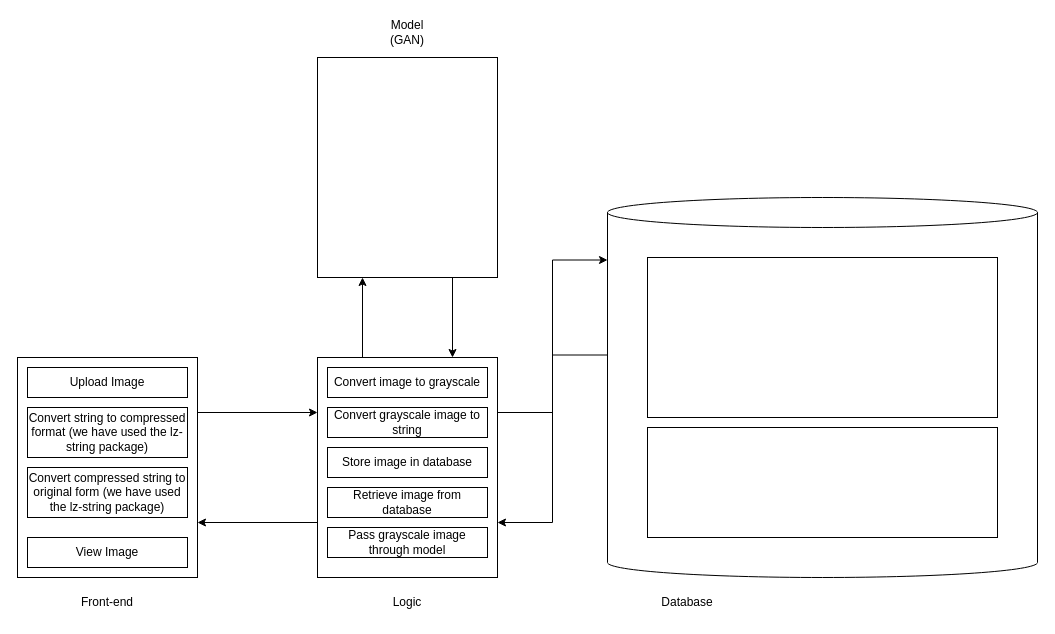
Earlier version of the draw.io diagram det-diag-v-1.drawio (aditya-deo/gan-paper-2-diagrams). Source tidied: cells renumbered, new cells numbered last; positions are measured from the earlier drawing's top-left corner, leaving out a move shared by most shapes. Both pictures are drawn from the tidied source at 100%, with x=0, y=0 at pixel (17, 17).
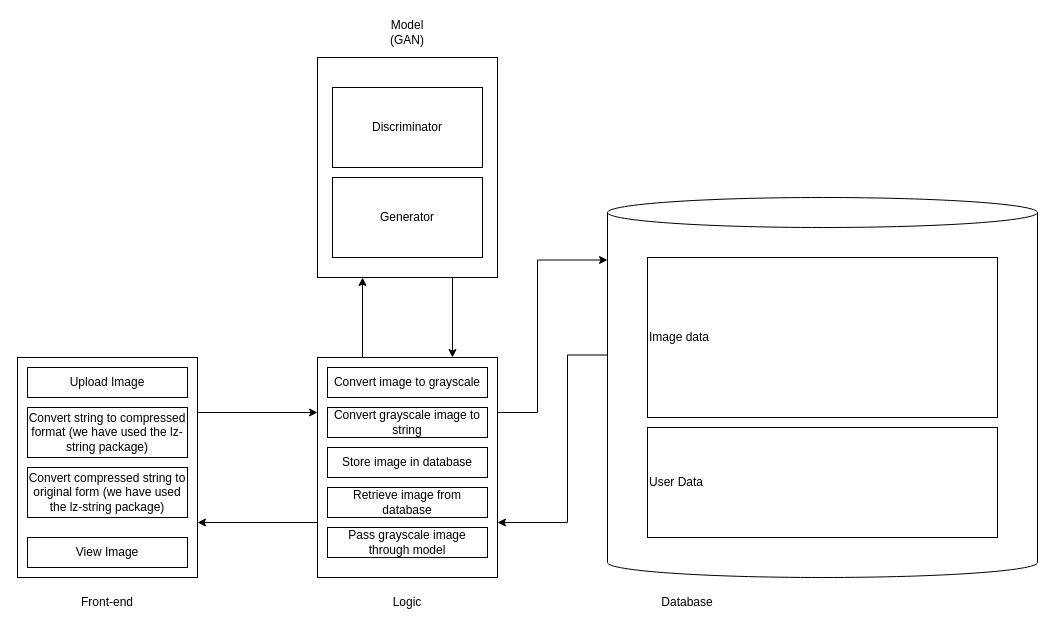
Above is the later version.

The change refers to these unchanged cells:
```xml
<mxCell id="7" style="rounded=0;whiteSpace=wrap;html=1;" parent="1" vertex="1">
  <mxGeometry x="300" y="340" width="180" height="220" as="geometry" />
</mxCell>
<mxCell id="11" style="shape=cylinder3;whiteSpace=wrap;html=1;boundedLbl=1;backgroundOutline=1;size=15;" parent="1" vertex="1">
  <mxGeometry x="590" y="180" width="430" height="380" as="geometry" />
</mxCell>
```

Diff of the diagram source:
```diff
@@
     <mxCell id="5" style="edgeStyle=orthogonalEdgeStyle;rounded=0;jettySize=auto;html=1;exitX=1;exitY=0.25;exitDx=0;exitDy=0;entryX=0;entryY=0;entryDx=0;entryDy=62.5;entryPerimeter=0;" parent="1" edge="1" source="7" target="11">
-      <mxGeometry relative="1" as="geometry" />
+      <mxGeometry relative="1" as="geometry">
+        <Array as="points">
+          <mxPoint x="520" y="395" />
+          <mxPoint x="520" y="243" />
+        </Array>
+      </mxGeometry>
     </mxCell>
@@
     <mxCell id="10" style="edgeStyle=orthogonalEdgeStyle;rounded=0;jettySize=auto;html=1;exitX=0;exitY=0;exitDx=0;exitDy=157.5;exitPerimeter=0;entryX=1;entryY=0.75;entryDx=0;entryDy=0;" parent="1" edge="1" source="11" target="7">
-      <mxGeometry relative="1" as="geometry" />
+      <mxGeometry relative="1" as="geometry">
+        <Array as="points">
+          <mxPoint x="550" y="338" />
+          <mxPoint x="550" y="505" />
+        </Array>
+      </mxGeometry>
     </mxCell>
@@
-    <mxCell id="25" style="rounded=0;whiteSpace=wrap;html=1;align=left;" parent="1" vertex="1">
+    <mxCell id="25" value="Image data" style="rounded=0;whiteSpace=wrap;html=1;align=left;" parent="1" vertex="1">
       <mxGeometry x="630" y="240" width="350" height="160" as="geometry" />
     </mxCell>
-    <mxCell id="26" style="rounded=0;whiteSpace=wrap;html=1;" parent="1" vertex="1">
+    <mxCell id="26" value="User Data" style="rounded=0;whiteSpace=wrap;html=1;align=left;" parent="1" vertex="1">
       <mxGeometry x="630" y="410" width="350" height="110" as="geometry" />
     </mxCell>
+    <mxCell id="27" value="Discriminator" style="rounded=0;whiteSpace=wrap;html=1;" parent="1" vertex="1">
+      <mxGeometry x="315" y="70" width="150" height="80" as="geometry" />
+    </mxCell>
+    <mxCell id="28" value="Generator" style="rounded=0;whiteSpace=wrap;html=1;" parent="1" vertex="1">
+      <mxGeometry x="315" y="160" width="150" height="80" as="geometry" />
+    </mxCell>
```
